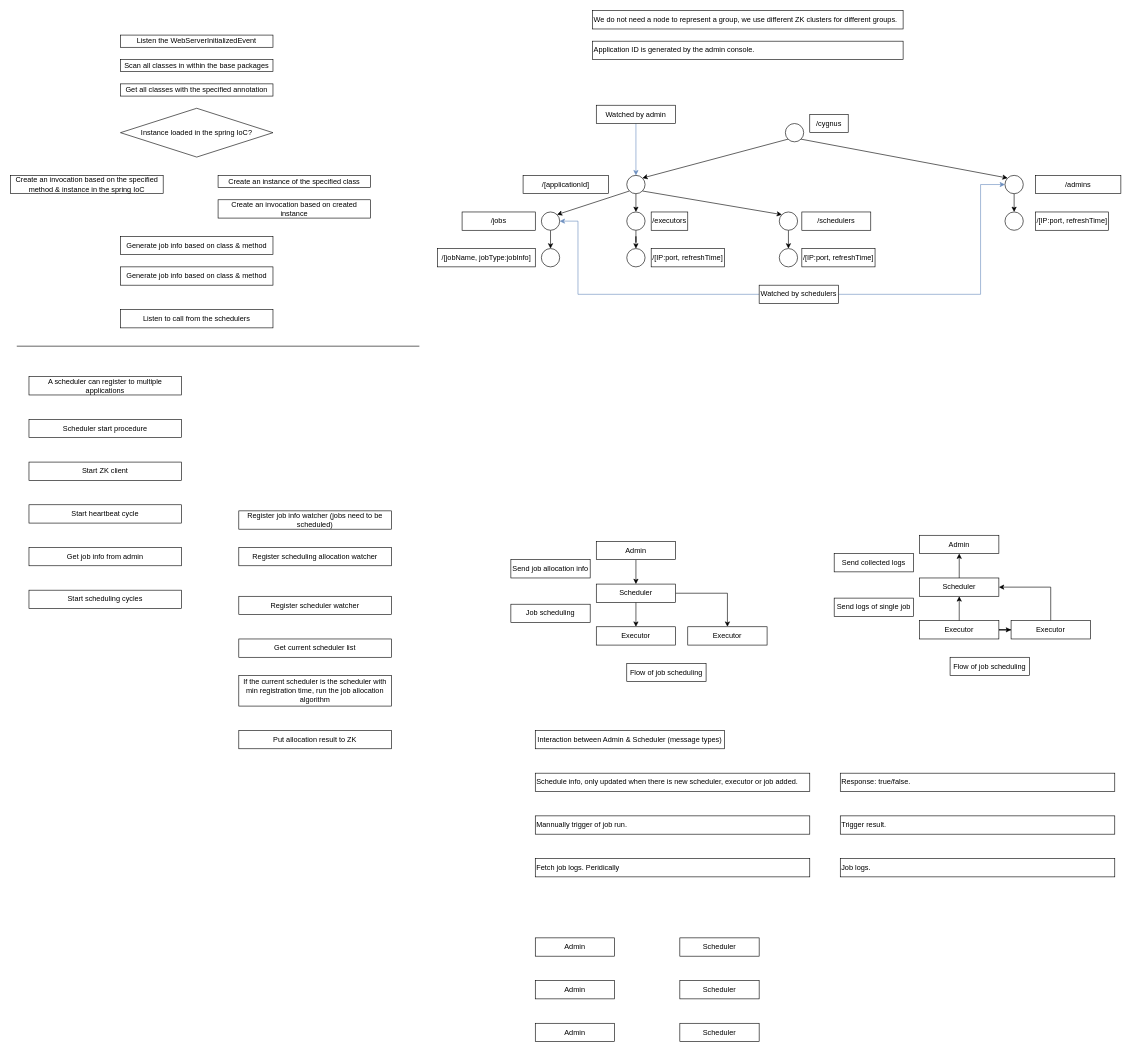
Above: Cygnus.drawio in D15190304050/drawio_charts (draw.io), before the change. Source tidied: cells renumbered, new cells numbered last; positions are measured from the earlier drawing's top-left corner, leaving out a move shared by most shapes. Both pictures are drawn from the tidied source at 61%, with x=0, y=0 at pixel (10, 10).
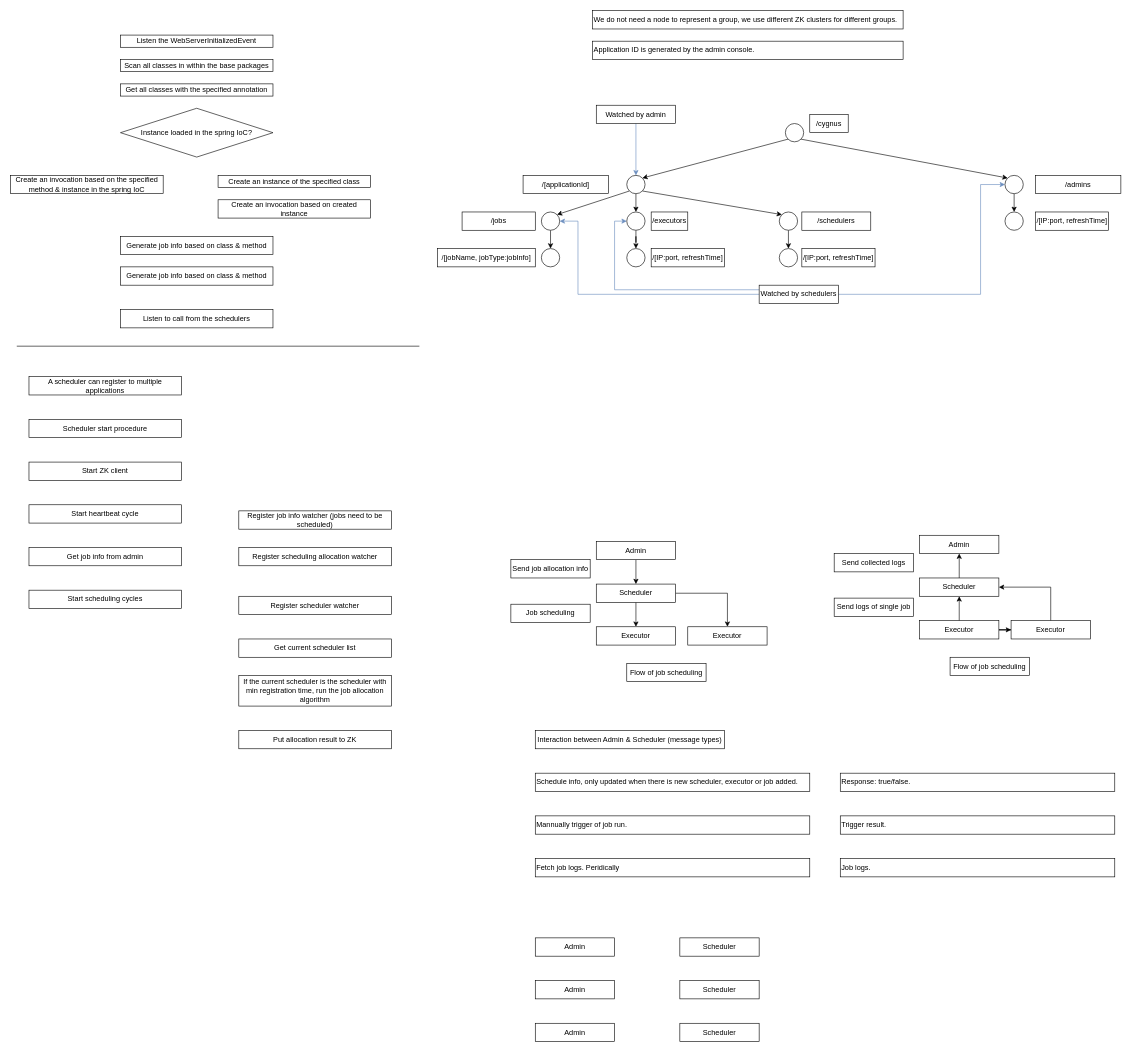
The same diagram, later.

Unchanged cells that the change refers to:
```xml
<mxCell id="43" value="Watched by schedulers" style="rounded=0;whiteSpace=wrap;html=1;" parent="1" vertex="1">
  <mxGeometry x="1227" y="450" width="130" height="30" as="geometry" />
</mxCell>
<mxCell id="89" style="ellipse;whiteSpace=wrap;html=1;" parent="1" vertex="1">
  <mxGeometry x="1010" y="330" width="30" height="30" as="geometry" />
</mxCell>
```

Diff of the diagram source:
```diff
@@
+    <mxCell id="95" style="edgeStyle=orthogonalEdgeStyle;rounded=0;jettySize=auto;html=1;exitX=0;exitY=0.25;exitDx=0;exitDy=0;entryX=0;entryY=0.5;entryDx=0;entryDy=0;fillColor=#dae8fc;strokeColor=#6c8ebf;" parent="1" edge="1" source="43" target="89">
+      <mxGeometry relative="1" as="geometry" />
+    </mxCell>
```
